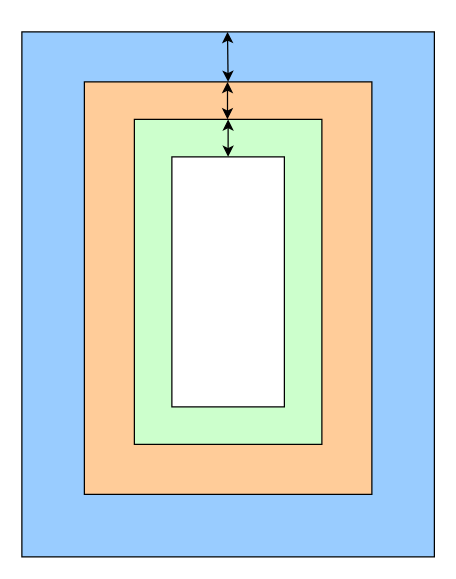
Earlier version of the draw.io diagram 未命名绘图.drawio (zkailinzhang/12306-I-have-got-the-train-ticket.). Source tidied: cells renumbered, new cells numbered last; positions are measured from the earlier drawing's top-left corner, leaving out a move shared by most shapes. Both pictures are drawn from the tidied source at 125%, with x=0, y=0 at pixel (21, 31).
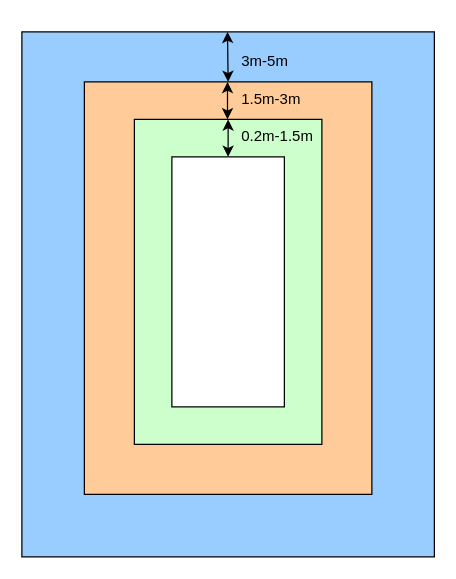
The same page after the edit.

Commit message (it also covers changes not shown here):
更新未命名绘图.drawio

The edit, as a diff of the source:
```diff
@@
 <mxGraphModel>
   <root>
     <mxCell id="0" />
     <mxCell id="1" parent="0" />
     <mxCell id="2" style="rounded=0;whiteSpace=wrap;html=1;fillColor=#99CCFF;" parent="1" vertex="1">
       <mxGeometry width="330" height="420" as="geometry" />
     </mxCell>
     <mxCell id="3" style="rounded=0;whiteSpace=wrap;html=1;fillColor=#FFCC99;" parent="1" vertex="1">
       <mxGeometry x="50" y="40" width="230" height="330" as="geometry" />
     </mxCell>
     <mxCell id="4" style="rounded=0;whiteSpace=wrap;html=1;fillColor=#CCFFCC;" parent="1" vertex="1">
       <mxGeometry x="90" y="70" width="150" height="260" as="geometry" />
     </mxCell>
     <mxCell id="5" style="rounded=0;whiteSpace=wrap;html=1;" parent="1" vertex="1">
       <mxGeometry x="120" y="100" width="90" height="200" as="geometry" />
     </mxCell>
     <mxCell id="6" style="endArrow=classic;startArrow=classic;html=1;rounded=0;exitX=0.5;exitY=0;exitDx=0;exitDy=0;entryX=0.5;entryY=0;entryDx=0;entryDy=0;" parent="1" edge="1" source="5" target="4">
       <mxGeometry relative="1" as="geometry" />
     </mxCell>
     <mxCell id="7" style="endArrow=classic;startArrow=classic;html=1;rounded=0;exitX=0.5;exitY=0;exitDx=0;exitDy=0;entryX=0.5;entryY=0;entryDx=0;entryDy=0;" parent="1" edge="1">
       <mxGeometry relative="1" as="geometry">
         <mxPoint x="164.5" y="70" as="sourcePoint" />
         <mxPoint x="164.5" y="40" as="targetPoint" />
       </mxGeometry>
     </mxCell>
     <mxCell id="8" style="endArrow=classic;startArrow=classic;html=1;rounded=0;exitX=0.5;exitY=0;exitDx=0;exitDy=0;entryX=0.5;entryY=0;entryDx=0;entryDy=0;" parent="1" edge="1" source="3">
       <mxGeometry relative="1" as="geometry">
         <mxPoint x="164.5" as="targetPoint" />
       </mxGeometry>
     </mxCell>
+    <mxCell id="9" value="0.2m-1.5m" style="text;strokeColor=none;fillColor=none;spacingLeft=4;spacingRight=4;overflow=hidden;fontSize=12;whiteSpace=wrap;html=1;" parent="1" vertex="1">
+      <mxGeometry x="170" y="70" width="70" height="20" as="geometry" />
+    </mxCell>
+    <mxCell id="10" value="1.5m-3m" style="text;strokeColor=none;fillColor=none;spacingLeft=4;spacingRight=4;overflow=hidden;fontSize=12;whiteSpace=wrap;html=1;" parent="1" vertex="1">
+      <mxGeometry x="170" y="40" width="70" height="20" as="geometry" />
+    </mxCell>
+    <mxCell id="11" value="3m-5m" style="text;strokeColor=none;fillColor=none;spacingLeft=4;spacingRight=4;overflow=hidden;fontSize=12;whiteSpace=wrap;html=1;" parent="1" vertex="1">
+      <mxGeometry x="170" y="10" width="70" height="20" as="geometry" />
+    </mxCell>
   </root>
 </mxGraphModel>
```
